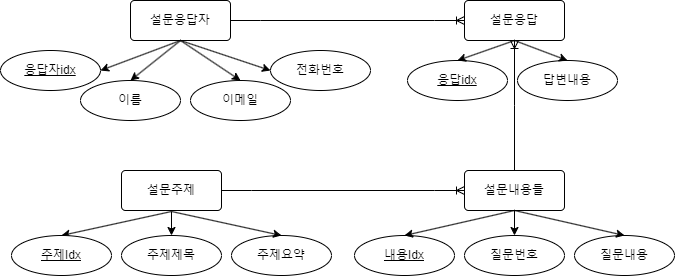
Before: document/Servey_conceptualERD.drawio.png, a diagram exported from draw.io (humi53/react-miniServey). Source tidied: cells renumbered, new cells last; positions are measured from the earlier drawing's top-left corner, leaving out a move shared by most shapes. The source it was exported from:
```xml
<mxGraphModel>
  <root>
    <mxCell id="0" />
    <mxCell id="1" parent="0" />
    <mxCell id="2" style="rounded=0;jettySize=auto;html=1;entryX=0.5;entryY=0;entryDx=0;entryDy=0;exitX=0.5;exitY=1;exitDx=0;exitDy=0;" parent="1" edge="1" target="6">
      <mxGeometry relative="1" as="geometry">
        <mxPoint x="171" y="211" as="sourcePoint" />
      </mxGeometry>
    </mxCell>
    <mxCell id="3" value="설문주제" style="rounded=1;arcSize=10;whiteSpace=wrap;html=1;align=center;" parent="1" vertex="1">
      <mxGeometry x="121" y="170" width="100" height="40" as="geometry" />
    </mxCell>
    <mxCell id="4" value="설문내용들" style="rounded=1;arcSize=10;whiteSpace=wrap;html=1;align=center;" parent="1" vertex="1">
      <mxGeometry x="464" y="170" width="100" height="40" as="geometry" />
    </mxCell>
    <mxCell id="5" value="설문응답" style="rounded=1;arcSize=10;whiteSpace=wrap;html=1;align=center;" parent="1" vertex="1">
      <mxGeometry x="464" width="100" height="40" as="geometry" />
    </mxCell>
    <mxCell id="6" value="주제Idx" style="ellipse;whiteSpace=wrap;html=1;align=center;fontStyle=4;" parent="1" vertex="1">
      <mxGeometry x="11" y="235" width="100" height="40" as="geometry" />
    </mxCell>
    <mxCell id="7" value="내용Idx" style="ellipse;whiteSpace=wrap;html=1;align=center;fontStyle=4;" parent="1" vertex="1">
      <mxGeometry x="354" y="235" width="100" height="40" as="geometry" />
    </mxCell>
    <mxCell id="8" value="응답idx" style="ellipse;whiteSpace=wrap;html=1;align=center;fontStyle=4;" parent="1" vertex="1">
      <mxGeometry x="407" y="60" width="100" height="40" as="geometry" />
    </mxCell>
    <mxCell id="9" value="설문응답자" style="rounded=1;arcSize=10;whiteSpace=wrap;html=1;align=center;" parent="1" vertex="1">
      <mxGeometry x="130" width="100" height="40" as="geometry" />
    </mxCell>
    <mxCell id="10" value="응답자idx" style="ellipse;whiteSpace=wrap;html=1;align=center;fontStyle=4;" parent="1" vertex="1">
      <mxGeometry y="50" width="100" height="40" as="geometry" />
    </mxCell>
    <mxCell id="11" value="질문내용" style="ellipse;whiteSpace=wrap;html=1;align=center;" parent="1" vertex="1">
      <mxGeometry x="574" y="235" width="100" height="40" as="geometry" />
    </mxCell>
    <mxCell id="12" value="질문번호" style="ellipse;whiteSpace=wrap;html=1;align=center;" parent="1" vertex="1">
      <mxGeometry x="464" y="235" width="100" height="40" as="geometry" />
    </mxCell>
    <mxCell id="13" value="주제제목" style="ellipse;whiteSpace=wrap;html=1;align=center;" parent="1" vertex="1">
      <mxGeometry x="121" y="235" width="100" height="40" as="geometry" />
    </mxCell>
    <mxCell id="14" value="주제요약" style="ellipse;whiteSpace=wrap;html=1;align=center;" parent="1" vertex="1">
      <mxGeometry x="231" y="235" width="100" height="40" as="geometry" />
    </mxCell>
    <mxCell id="15" value="이름" style="ellipse;whiteSpace=wrap;html=1;align=center;" parent="1" vertex="1">
      <mxGeometry x="80" y="80" width="100" height="40" as="geometry" />
    </mxCell>
    <mxCell id="16" value="이메일" style="ellipse;whiteSpace=wrap;html=1;align=center;" parent="1" vertex="1">
      <mxGeometry x="190" y="80" width="100" height="40" as="geometry" />
    </mxCell>
    <mxCell id="17" value="전화번호" style="ellipse;whiteSpace=wrap;html=1;align=center;" parent="1" vertex="1">
      <mxGeometry x="270" y="50" width="100" height="40" as="geometry" />
    </mxCell>
    <mxCell id="18" value="답변내용" style="ellipse;whiteSpace=wrap;html=1;align=center;" parent="1" vertex="1">
      <mxGeometry x="517" y="60" width="100" height="40" as="geometry" />
    </mxCell>
    <mxCell id="19" style="rounded=0;jettySize=auto;html=1;entryX=0.5;entryY=0;entryDx=0;entryDy=0;exitX=0.5;exitY=1;exitDx=0;exitDy=0;" parent="1" edge="1" target="13">
      <mxGeometry relative="1" as="geometry">
        <mxPoint x="171" y="211" as="sourcePoint" />
      </mxGeometry>
    </mxCell>
    <mxCell id="20" style="rounded=0;jettySize=auto;html=1;exitX=0.5;exitY=1;exitDx=0;exitDy=0;entryX=0.5;entryY=0;entryDx=0;entryDy=0;" parent="1" edge="1" target="14">
      <mxGeometry relative="1" as="geometry">
        <mxPoint x="171" y="211" as="sourcePoint" />
      </mxGeometry>
    </mxCell>
    <mxCell id="21" style="rounded=0;jettySize=auto;html=1;exitX=0.5;exitY=1;exitDx=0;exitDy=0;entryX=0.5;entryY=0;entryDx=0;entryDy=0;" parent="1" edge="1" source="4" target="7">
      <mxGeometry relative="1" as="geometry" />
    </mxCell>
    <mxCell id="22" style="rounded=0;jettySize=auto;html=1;exitX=0.5;exitY=1;exitDx=0;exitDy=0;entryX=0.5;entryY=0;entryDx=0;entryDy=0;" parent="1" edge="1" source="4" target="12">
      <mxGeometry relative="1" as="geometry" />
    </mxCell>
    <mxCell id="23" style="rounded=0;jettySize=auto;html=1;entryX=0.5;entryY=0;entryDx=0;entryDy=0;exitX=0.5;exitY=1;exitDx=0;exitDy=0;" parent="1" edge="1" source="4" target="11">
      <mxGeometry relative="1" as="geometry" />
    </mxCell>
    <mxCell id="24" style="rounded=0;jettySize=auto;html=1;exitX=0.5;exitY=1;exitDx=0;exitDy=0;entryX=1;entryY=0.5;entryDx=0;entryDy=0;" parent="1" edge="1" source="9" target="10">
      <mxGeometry relative="1" as="geometry" />
    </mxCell>
    <mxCell id="25" style="rounded=0;jettySize=auto;html=1;exitX=0.5;exitY=1;exitDx=0;exitDy=0;entryX=0.5;entryY=0;entryDx=0;entryDy=0;" parent="1" edge="1" source="9" target="15">
      <mxGeometry relative="1" as="geometry" />
    </mxCell>
    <mxCell id="26" style="rounded=0;jettySize=auto;html=1;exitX=0.5;exitY=1;exitDx=0;exitDy=0;entryX=0.5;entryY=0;entryDx=0;entryDy=0;" parent="1" edge="1" source="9" target="16">
      <mxGeometry relative="1" as="geometry" />
    </mxCell>
    <mxCell id="27" style="rounded=0;jettySize=auto;html=1;exitX=0.5;exitY=1;exitDx=0;exitDy=0;entryX=0;entryY=0.5;entryDx=0;entryDy=0;" parent="1" edge="1" source="9" target="17">
      <mxGeometry relative="1" as="geometry" />
    </mxCell>
    <mxCell id="28" style="rounded=0;jettySize=auto;html=1;exitX=0.5;exitY=1;exitDx=0;exitDy=0;entryX=0.5;entryY=0;entryDx=0;entryDy=0;" parent="1" edge="1" source="5" target="8">
      <mxGeometry relative="1" as="geometry" />
    </mxCell>
    <mxCell id="29" style="rounded=0;jettySize=auto;html=1;exitX=0.5;exitY=1;exitDx=0;exitDy=0;entryX=0.5;entryY=0;entryDx=0;entryDy=0;" parent="1" edge="1" source="5" target="18">
      <mxGeometry relative="1" as="geometry" />
    </mxCell>
    <mxCell id="30" style="edgeStyle=entityRelationEdgeStyle;fontSize=12;html=1;endArrow=ERoneToMany;rounded=0;exitX=1;exitY=0.5;exitDx=0;exitDy=0;entryX=0;entryY=0.5;entryDx=0;entryDy=0;" parent="1" edge="1" source="3" target="4">
      <mxGeometry relative="1" as="geometry" />
    </mxCell>
    <mxCell id="31" style="edgeStyle=entityRelationEdgeStyle;fontSize=12;html=1;endArrow=ERoneToMany;rounded=0;exitX=1;exitY=0.5;exitDx=0;exitDy=0;entryX=0;entryY=0.5;entryDx=0;entryDy=0;" parent="1" edge="1" source="9" target="5">
      <mxGeometry relative="1" as="geometry" />
    </mxCell>
    <mxCell id="32" style="edgeStyle=elbowEdgeStyle;fontSize=12;html=1;endArrow=ERoneToMany;rounded=0;entryX=0.5;entryY=1;entryDx=0;entryDy=0;exitX=0.5;exitY=0;exitDx=0;exitDy=0;elbow=vertical;" parent="1" edge="1" source="4" target="5">
      <mxGeometry relative="1" as="geometry" />
    </mxCell>
  </root>
</mxGraphModel>
```
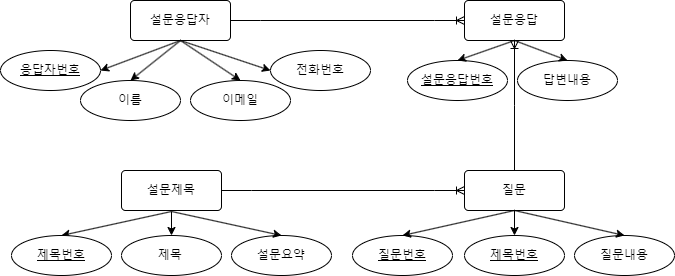
After the change.

Diff of the diagram source:
```diff
@@ -7,40 +7,37 @@
         <mxPoint x="171" y="211" as="sourcePoint" />
       </mxGeometry>
     </mxCell>
-    <mxCell id="3" value="설문주제" style="rounded=1;arcSize=10;whiteSpace=wrap;html=1;align=center;" parent="1" vertex="1">
+    <mxCell id="3" value="설문제목" style="rounded=1;arcSize=10;whiteSpace=wrap;html=1;align=center;" parent="1" vertex="1">
       <mxGeometry x="121" y="170" width="100" height="40" as="geometry" />
     </mxCell>
-    <mxCell id="4" value="설문내용들" style="rounded=1;arcSize=10;whiteSpace=wrap;html=1;align=center;" parent="1" vertex="1">
+    <mxCell id="4" value="질문" style="rounded=1;arcSize=10;whiteSpace=wrap;html=1;align=center;" parent="1" vertex="1">
       <mxGeometry x="464" y="170" width="100" height="40" as="geometry" />
     </mxCell>
     <mxCell id="5" value="설문응답" style="rounded=1;arcSize=10;whiteSpace=wrap;html=1;align=center;" parent="1" vertex="1">
       <mxGeometry x="464" width="100" height="40" as="geometry" />
     </mxCell>
-    <mxCell id="6" value="주제Idx" style="ellipse;whiteSpace=wrap;html=1;align=center;fontStyle=4;" parent="1" vertex="1">
+    <mxCell id="6" value="제목번호" style="ellipse;whiteSpace=wrap;html=1;align=center;fontStyle=4;" parent="1" vertex="1">
       <mxGeometry x="11" y="235" width="100" height="40" as="geometry" />
     </mxCell>
-    <mxCell id="7" value="내용Idx" style="ellipse;whiteSpace=wrap;html=1;align=center;fontStyle=4;" parent="1" vertex="1">
-      <mxGeometry x="354" y="235" width="100" height="40" as="geometry" />
+    <mxCell id="7" value="질문번호" style="ellipse;whiteSpace=wrap;html=1;align=center;fontStyle=4;" parent="1" vertex="1">
+      <mxGeometry x="352" y="235" width="100" height="40" as="geometry" />
     </mxCell>
-    <mxCell id="8" value="응답idx" style="ellipse;whiteSpace=wrap;html=1;align=center;fontStyle=4;" parent="1" vertex="1">
+    <mxCell id="8" value="설문응답번호" style="ellipse;whiteSpace=wrap;html=1;align=center;fontStyle=4;" parent="1" vertex="1">
       <mxGeometry x="407" y="60" width="100" height="40" as="geometry" />
     </mxCell>
     <mxCell id="9" value="설문응답자" style="rounded=1;arcSize=10;whiteSpace=wrap;html=1;align=center;" parent="1" vertex="1">
       <mxGeometry x="130" width="100" height="40" as="geometry" />
     </mxCell>
-    <mxCell id="10" value="응답자idx" style="ellipse;whiteSpace=wrap;html=1;align=center;fontStyle=4;" parent="1" vertex="1">
+    <mxCell id="10" value="응답자번호" style="ellipse;whiteSpace=wrap;html=1;align=center;fontStyle=4;" parent="1" vertex="1">
       <mxGeometry y="50" width="100" height="40" as="geometry" />
     </mxCell>
     <mxCell id="11" value="질문내용" style="ellipse;whiteSpace=wrap;html=1;align=center;" parent="1" vertex="1">
       <mxGeometry x="574" y="235" width="100" height="40" as="geometry" />
     </mxCell>
-    <mxCell id="12" value="질문번호" style="ellipse;whiteSpace=wrap;html=1;align=center;" parent="1" vertex="1">
-      <mxGeometry x="464" y="235" width="100" height="40" as="geometry" />
-    </mxCell>
-    <mxCell id="13" value="주제제목" style="ellipse;whiteSpace=wrap;html=1;align=center;" parent="1" vertex="1">
+    <mxCell id="13" value="제목&lt;span style=&quot;white-space: pre;&quot;&gt;&#9;&lt;/span&gt;" style="ellipse;whiteSpace=wrap;html=1;align=center;" parent="1" vertex="1">
       <mxGeometry x="121" y="235" width="100" height="40" as="geometry" />
     </mxCell>
-    <mxCell id="14" value="주제요약" style="ellipse;whiteSpace=wrap;html=1;align=center;" parent="1" vertex="1">
+    <mxCell id="14" value="설문요약" style="ellipse;whiteSpace=wrap;html=1;align=center;" parent="1" vertex="1">
       <mxGeometry x="231" y="235" width="100" height="40" as="geometry" />
     </mxCell>
     <mxCell id="15" value="이름" style="ellipse;whiteSpace=wrap;html=1;align=center;" parent="1" vertex="1">
@@ -68,7 +65,7 @@
     <mxCell id="21" style="rounded=0;jettySize=auto;html=1;exitX=0.5;exitY=1;exitDx=0;exitDy=0;entryX=0.5;entryY=0;entryDx=0;entryDy=0;" parent="1" edge="1" source="4" target="7">
       <mxGeometry relative="1" as="geometry" />
     </mxCell>
-    <mxCell id="22" style="rounded=0;jettySize=auto;html=1;exitX=0.5;exitY=1;exitDx=0;exitDy=0;entryX=0.5;entryY=0;entryDx=0;entryDy=0;" parent="1" edge="1" source="4" target="12">
+    <mxCell id="22" style="rounded=0;jettySize=auto;html=1;exitX=0.5;exitY=1;exitDx=0;exitDy=0;entryX=0.5;entryY=0;entryDx=0;entryDy=0;" parent="1" edge="1" source="4" target="33">
       <mxGeometry relative="1" as="geometry" />
     </mxCell>
     <mxCell id="23" style="rounded=0;jettySize=auto;html=1;entryX=0.5;entryY=0;entryDx=0;entryDy=0;exitX=0.5;exitY=1;exitDx=0;exitDy=0;" parent="1" edge="1" source="4" target="11">
@@ -101,5 +98,8 @@
     <mxCell id="32" style="edgeStyle=elbowEdgeStyle;fontSize=12;html=1;endArrow=ERoneToMany;rounded=0;entryX=0.5;entryY=1;entryDx=0;entryDy=0;exitX=0.5;exitY=0;exitDx=0;exitDy=0;elbow=vertical;" parent="1" edge="1" source="4" target="5">
       <mxGeometry relative="1" as="geometry" />
     </mxCell>
+    <mxCell id="33" value="제목번호" style="ellipse;whiteSpace=wrap;html=1;align=center;fontStyle=4;" parent="1" vertex="1">
+      <mxGeometry x="464" y="235" width="100" height="40" as="geometry" />
+    </mxCell>
   </root>
 </mxGraphModel>
```
